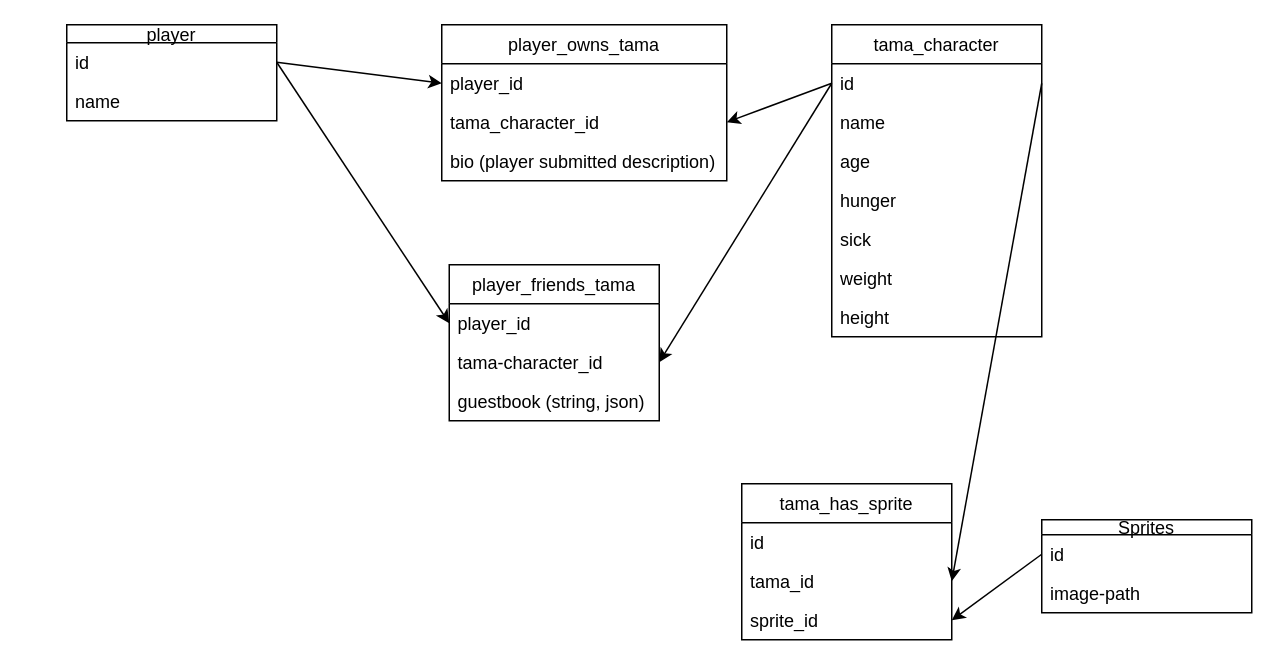
This is project-management/diagrams/erd.drawio from circuitsunfish/tamagotchi, a draw.io file, before an edit. Source tidied: cells renumbered, new cells numbered last; positions are measured from the earlier drawing's top-left corner, leaving out a move shared by most shapes. Both pictures are drawn from the tidied source at 150%, with x=0, y=0 at pixel (66, 24).
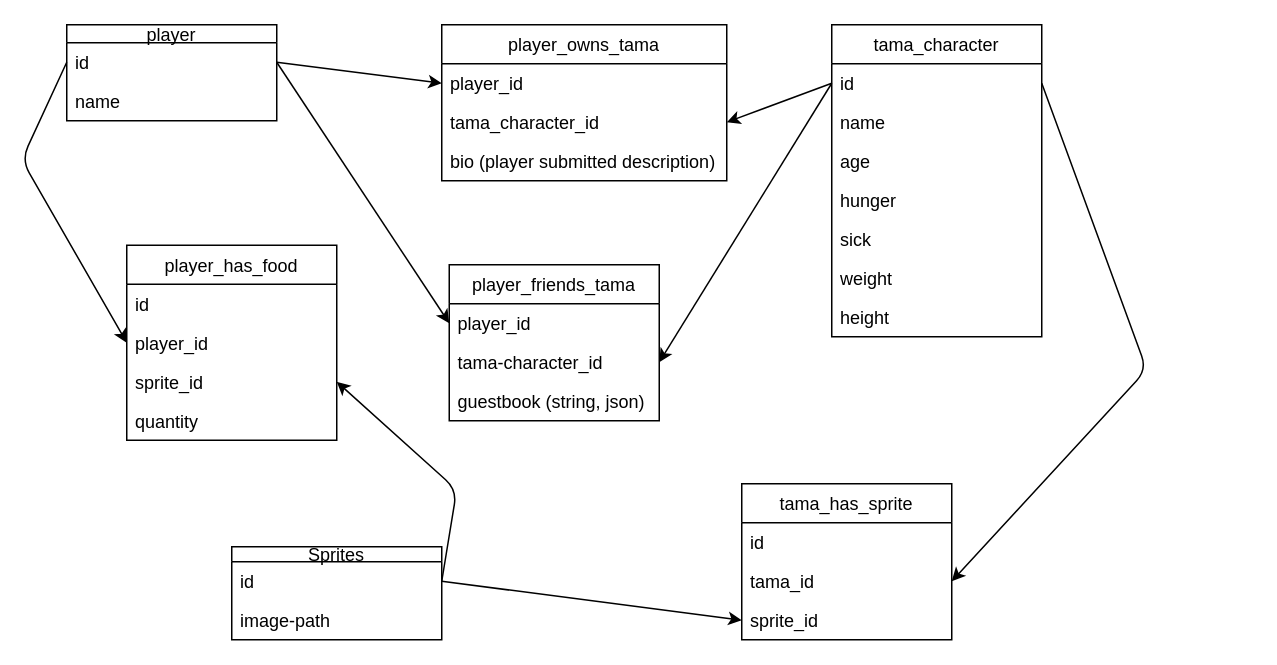
After the change.

Commit message:
add player has food

Unchanged cells that the change refers to:
```xml
<mxCell id="3" value="id" style="text;strokeColor=none;fillColor=none;align=left;verticalAlign=top;spacingLeft=4;spacingRight=4;overflow=hidden;points=[[0,0.5],[1,0.5]];portConstraint=eastwest;" parent="2" vertex="1">
  <mxGeometry y="26" width="140" height="26" as="geometry" />
</mxCell>
<mxCell id="11" value="id" style="text;strokeColor=none;fillColor=none;align=left;verticalAlign=top;spacingLeft=4;spacingRight=4;overflow=hidden;points=[[0,0.5],[1,0.5]];portConstraint=eastwest;" parent="10" vertex="1">
  <mxGeometry y="12" width="140" height="26" as="geometry" />
</mxCell>
<mxCell id="26" value="id" style="text;strokeColor=none;fillColor=none;align=left;verticalAlign=top;spacingLeft=4;spacingRight=4;overflow=hidden;points=[[0,0.5],[1,0.5]];portConstraint=eastwest;" parent="25" vertex="1">
  <mxGeometry y="10" width="140" height="26" as="geometry" />
</mxCell>
<mxCell id="30" value="tama_id" style="text;strokeColor=none;fillColor=none;align=left;verticalAlign=top;spacingLeft=4;spacingRight=4;overflow=hidden;points=[[0,0.5],[1,0.5]];portConstraint=eastwest;" parent="28" vertex="1">
  <mxGeometry y="52" width="140" height="26" as="geometry" />
</mxCell>
<mxCell id="31" value="sprite_id" style="text;strokeColor=none;fillColor=none;align=left;verticalAlign=top;spacingLeft=4;spacingRight=4;overflow=hidden;points=[[0,0.5],[1,0.5]];portConstraint=eastwest;" parent="28" vertex="1">
  <mxGeometry y="78" width="140" height="26" as="geometry" />
</mxCell>
```

What changed in the source:
```diff
@@
     <mxCell id="25" value="Sprites" style="swimlane;fontStyle=0;horizontal=1;startSize=10;fillColor=none;" parent="1" vertex="1">
-      <mxGeometry x="650" y="330" width="140" height="62" as="geometry" />
+      <mxGeometry x="110" y="348" width="140" height="62" as="geometry" />
     </mxCell>
@@
     <mxCell id="32" style="edgeStyle=none;html=1;exitX=1;exitY=0.5;exitDx=0;exitDy=0;entryX=1;entryY=0.5;entryDx=0;entryDy=0;" parent="1" edge="1" source="3" target="30">
-      <mxGeometry relative="1" as="geometry" />
+      <mxGeometry relative="1" as="geometry">
+        <Array as="points">
+          <mxPoint x="720" y="230" />
+        </Array>
+      </mxGeometry>
     </mxCell>
-    <mxCell id="33" style="edgeStyle=none;html=1;exitX=0;exitY=0.5;exitDx=0;exitDy=0;entryX=1;entryY=0.5;entryDx=0;entryDy=0;" parent="1" edge="1" source="26" target="31">
+    <mxCell id="33" style="edgeStyle=none;html=1;exitX=1;exitY=0.5;exitDx=0;exitDy=0;entryX=0;entryY=0.5;entryDx=0;entryDy=0;" parent="1" edge="1" source="26" target="31">
       <mxGeometry relative="1" as="geometry" />
     </mxCell>
+    <mxCell id="34" value="player_has_food" style="swimlane;fontStyle=0;horizontal=1;startSize=26;fillColor=none;" parent="1" vertex="1">
+      <mxGeometry x="40" y="147" width="140" height="130" as="geometry" />
+    </mxCell>
+    <mxCell id="35" value="id" style="text;strokeColor=none;fillColor=none;align=left;verticalAlign=top;spacingLeft=4;spacingRight=4;overflow=hidden;" parent="34" vertex="1">
+      <mxGeometry y="26" width="140" height="26" as="geometry" />
+    </mxCell>
+    <mxCell id="36" value="player_id" style="text;strokeColor=none;fillColor=none;align=left;verticalAlign=top;spacingLeft=4;spacingRight=4;overflow=hidden;points=[[0,0.5],[1,0.5]];portConstraint=eastwest;" parent="34" vertex="1">
+      <mxGeometry y="52" width="140" height="26" as="geometry" />
+    </mxCell>
+    <mxCell id="37" value="sprite_id" style="text;strokeColor=none;fillColor=none;align=left;verticalAlign=top;spacingLeft=4;spacingRight=4;overflow=hidden;points=[[0,0.5],[1,0.5]];portConstraint=eastwest;" parent="34" vertex="1">
+      <mxGeometry y="78" width="140" height="26" as="geometry" />
+    </mxCell>
+    <mxCell id="38" value="quantity" style="text;strokeColor=none;fillColor=none;align=left;verticalAlign=top;spacingLeft=4;spacingRight=4;overflow=hidden;" parent="34" vertex="1">
+      <mxGeometry y="104" width="140" height="26" as="geometry" />
+    </mxCell>
+    <mxCell id="39" style="edgeStyle=none;html=1;exitX=0;exitY=0.5;exitDx=0;exitDy=0;entryX=0;entryY=0.5;entryDx=0;entryDy=0;" parent="1" edge="1" source="11" target="36">
+      <mxGeometry relative="1" as="geometry">
+        <Array as="points">
+          <mxPoint x="-30" y="90" />
+        </Array>
+      </mxGeometry>
+    </mxCell>
+    <mxCell id="40" style="edgeStyle=none;html=1;entryX=1;entryY=0.5;entryDx=0;entryDy=0;exitX=1;exitY=0.5;exitDx=0;exitDy=0;" parent="1" edge="1" source="26" target="37">
+      <mxGeometry relative="1" as="geometry">
+        <Array as="points">
+          <mxPoint x="260" y="310" />
+        </Array>
+      </mxGeometry>
+    </mxCell>
```
